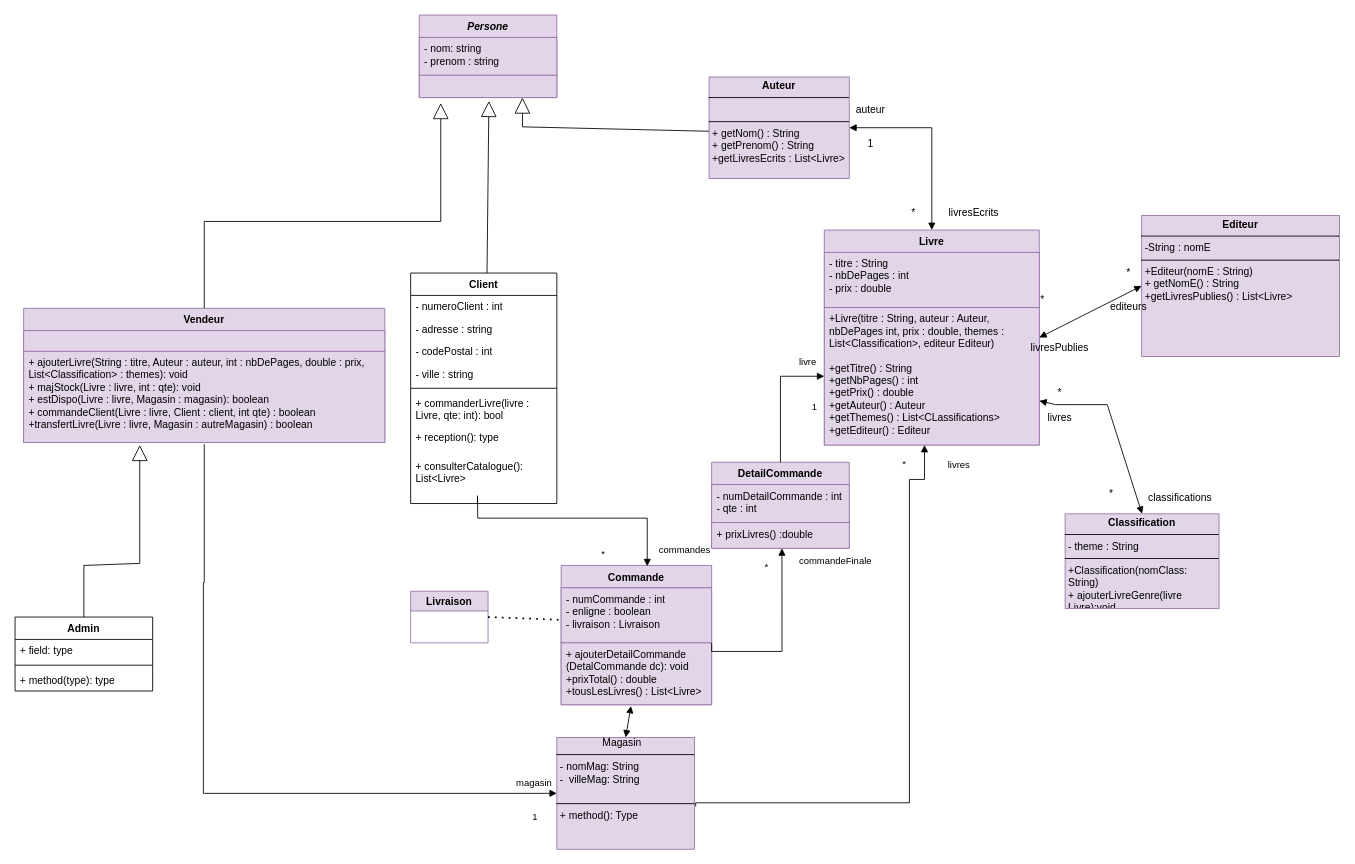
NolhanDolou/SAE_JAVA keeps this draw.io diagram as diagrammedeclasse.drawio. Above is the earlier version. Source tidied: cells renumbered, new cells numbered last; positions are measured from the earlier drawing's top-left corner, leaving out a move shared by most shapes. Both pictures are drawn from the tidied source at 86%, with x=0, y=0 at pixel (15, 15).
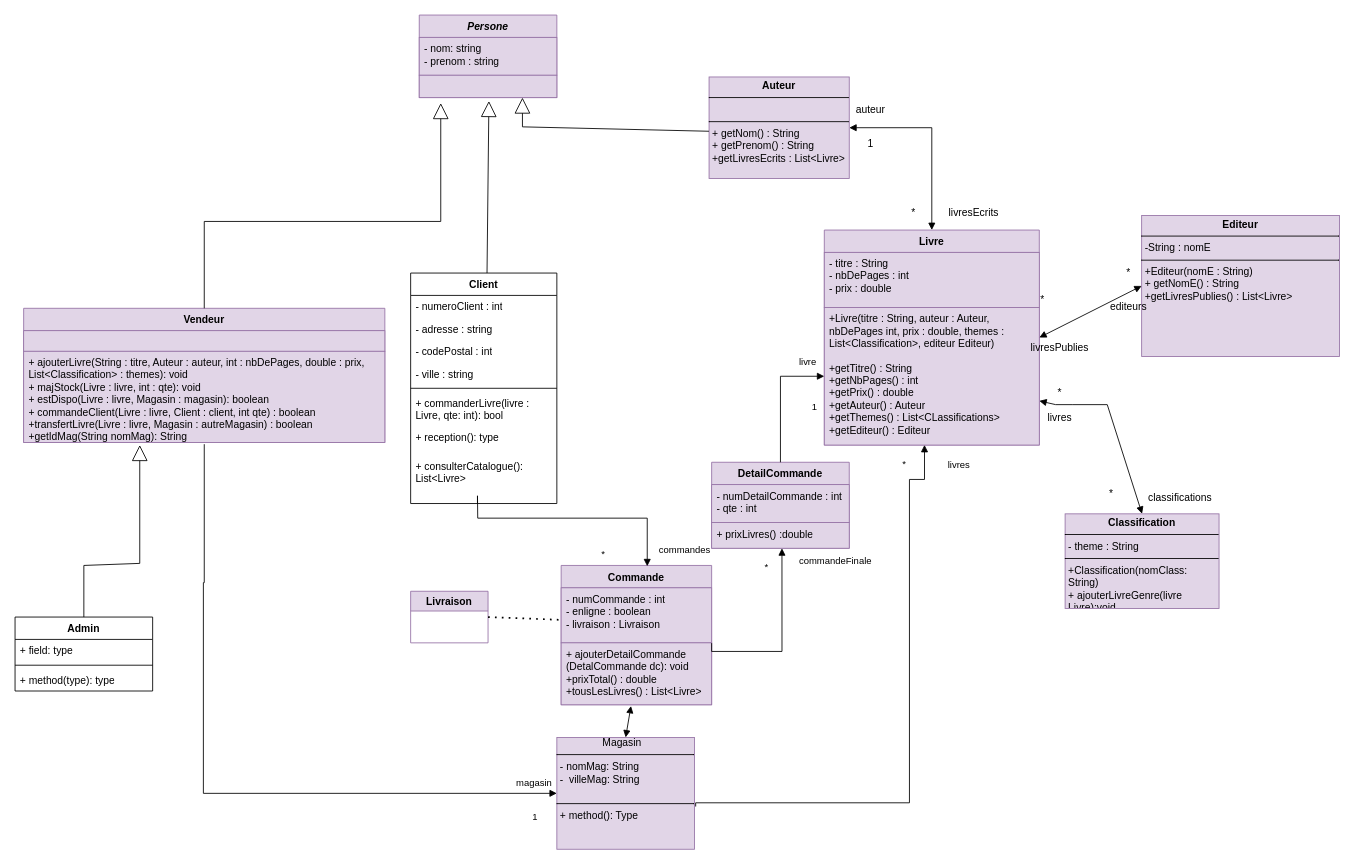
After the change.

Commit message:
Mettre à jour diagrammedeclasse.drawio

The change refers to these unchanged cells:
```xml
<mxCell id="14" value="Vendeur" style="swimlane;fontStyle=1;align=center;verticalAlign=top;horizontal=1;startSize=26;whiteSpace=wrap;html=1;fillColor=#e1d5e7;strokeColor=#9673a6;" parent="1" vertex="1">
  <mxGeometry x="10" y="341" width="420" height="156" as="geometry" />
</mxCell>
```

What changed in the source:
```diff
@@
-    <mxCell id="16" value="&lt;div&gt;+ ajouterLivre(String : titre, Auteur : auteur, int : nbDePages, double : prix, List&amp;lt;Classification&amp;gt; : themes): void&lt;/div&gt;&lt;div&gt;&lt;div&gt;+ majStock(Livre : livre, int : qte): void&lt;/div&gt;&lt;div&gt;+ estDispo(Livre : livre, Magasin : magasin): boolean&lt;/div&gt;&lt;div&gt;+ commandeClient(Livre : livre, Client : client, int qte) : boolean&lt;/div&gt;&lt;div&gt;+transfertLivre(Livre : livre, Magasin : autreMagasin) : boolean&lt;/div&gt;&lt;/div&gt;" style="text;strokeColor=#9673a6;fillColor=#e1d5e7;align=left;verticalAlign=top;spacingLeft=4;spacingRight=4;overflow=hidden;whiteSpace=wrap;html=1;" parent="14" vertex="1">
+    <mxCell id="16" value="&lt;div&gt;+ ajouterLivre(String : titre, Auteur : auteur, int : nbDePages, double : prix, List&amp;lt;Classification&amp;gt; : themes): void&lt;/div&gt;&lt;div&gt;&lt;div&gt;+ majStock(Livre : livre, int : qte): void&lt;/div&gt;&lt;div&gt;+ estDispo(Livre : livre, Magasin : magasin): boolean&lt;/div&gt;&lt;div&gt;+ commandeClient(Livre : livre, Client : client, int qte) : boolean&lt;/div&gt;&lt;div&gt;+transfertLivre(Livre : livre, Magasin : autreMagasin) : boolean&lt;/div&gt;&lt;/div&gt;&lt;div&gt;+getIdMag(String nomMag): String&lt;/div&gt;" style="text;strokeColor=#9673a6;fillColor=#e1d5e7;align=left;verticalAlign=top;spacingLeft=4;spacingRight=4;overflow=hidden;whiteSpace=wrap;html=1;" parent="14" vertex="1">
       <mxGeometry y="50" width="420" height="106" as="geometry" />
     </mxCell>
```
